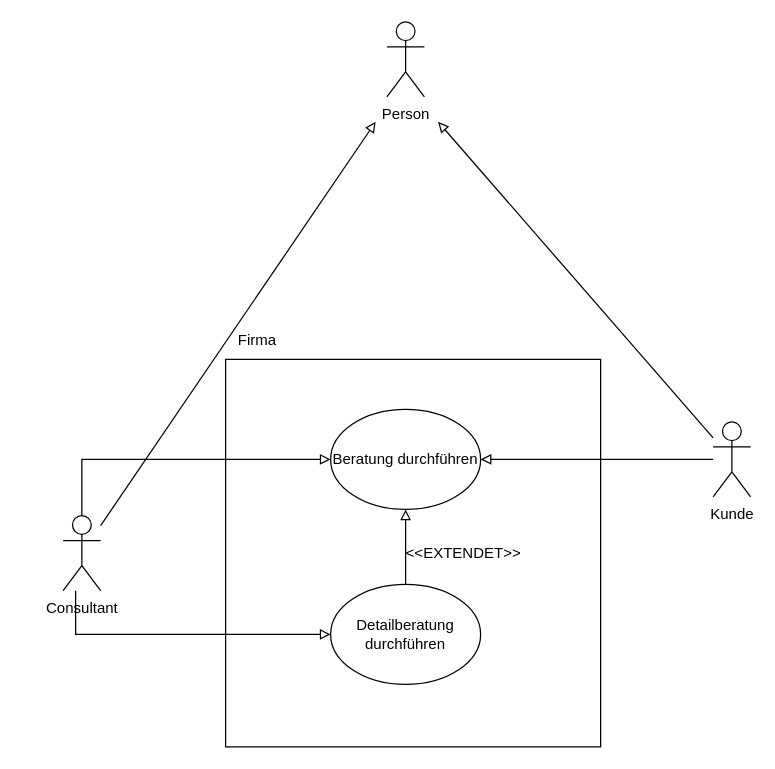
Earlier version of the draw.io diagram UML/2_1_ Anwendungsfalldiagramm.drawio (Exentera/CSHRP-Lernprozess). Source tidied: cells renumbered, new cells numbered last; positions are measured from the earlier drawing's top-left corner, leaving out a move shared by most shapes. Both pictures are drawn from the tidied source at 125%, with x=0, y=0 at pixel (62, 21).
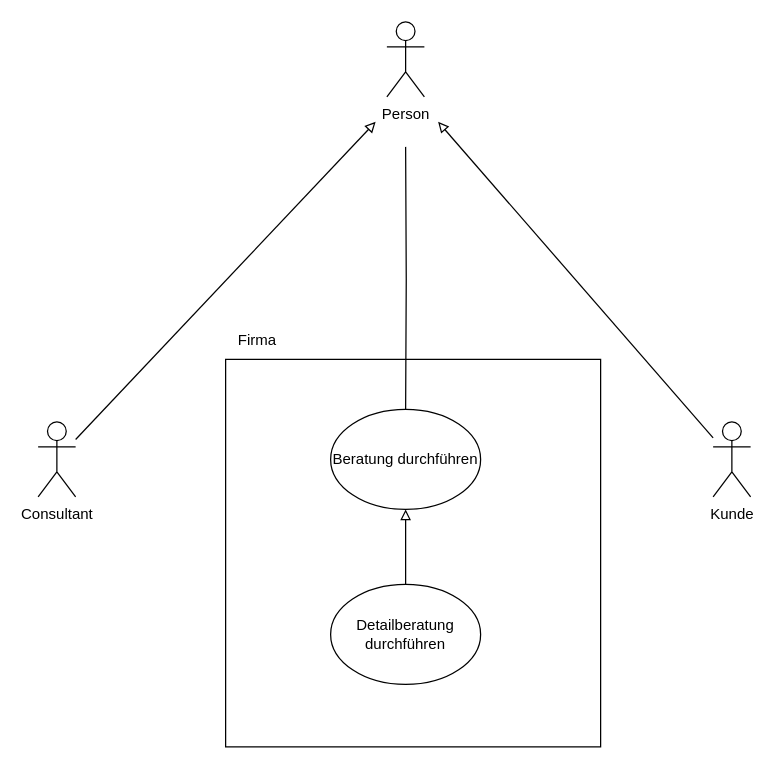
Above is the later version.

The edit, as a diff of the source:
```diff
@@
 <mxGraphModel>
   <root>
     <mxCell id="0" />
     <mxCell id="1" parent="0" />
     <mxCell id="2" style="rounded=0;whiteSpace=wrap;html=1;" parent="1" vertex="1">
       <mxGeometry x="130" y="270" width="300" height="310" as="geometry" />
     </mxCell>
     <mxCell id="3" style="edgeStyle=orthogonalEdgeStyle;rounded=0;jettySize=auto;html=1;endArrow=block;endFill=0;startFill=0;" parent="1" edge="1" source="4" target="6">
       <mxGeometry relative="1" as="geometry" />
     </mxCell>
     <mxCell id="4" value="Detailberatung durchführen" style="ellipse;whiteSpace=wrap;html=1;" parent="1" vertex="1">
       <mxGeometry x="214" y="450" width="120" height="80" as="geometry" />
     </mxCell>
-    <mxCell id="5" style="edgeStyle=orthogonalEdgeStyle;rounded=0;jettySize=auto;html=1;endArrow=none;startFill=0;endFill=1;startArrow=block;" parent="1" edge="1" source="6" target="9">
-      <mxGeometry relative="1" as="geometry" />
-    </mxCell>
     <mxCell id="6" value="Beratung durchführen" style="ellipse;whiteSpace=wrap;html=1;" parent="1" vertex="1">
       <mxGeometry x="214" y="310" width="120" height="80" as="geometry" />
     </mxCell>
     <mxCell id="7" value="Firma" style="text;html=1;align=center;verticalAlign=middle;strokeColor=none;fillColor=none;" parent="1" vertex="1">
       <mxGeometry x="130" y="240" width="50" height="30" as="geometry" />
     </mxCell>
     <mxCell id="8" style="rounded=0;jettySize=auto;html=1;endArrow=block;endFill=0;" parent="1" edge="1" source="9">
       <mxGeometry relative="1" as="geometry">
         <mxPoint x="250" y="80" as="targetPoint" />
       </mxGeometry>
     </mxCell>
     <mxCell id="9" value="Consultant" style="shape=umlActor;verticalLabelPosition=bottom;verticalAlign=top;html=1;outlineConnect=0;" parent="1" vertex="1">
-      <mxGeometry y="395" width="30" height="60" as="geometry" />
+      <mxGeometry x="-20" y="320" width="30" height="60" as="geometry" />
     </mxCell>
-    <mxCell id="10" style="edgeStyle=orthogonalEdgeStyle;rounded=0;jettySize=auto;html=1;endArrow=block;endFill=0;" parent="1" edge="1" source="11" target="6">
-      <mxGeometry relative="1" as="geometry" />
-    </mxCell>
     <mxCell id="11" value="Kunde" style="shape=umlActor;verticalLabelPosition=bottom;verticalAlign=top;html=1;outlineConnect=0;" parent="1" vertex="1">
       <mxGeometry x="520" y="320" width="30" height="60" as="geometry" />
     </mxCell>
-    <mxCell id="12" style="edgeStyle=orthogonalEdgeStyle;rounded=0;jettySize=auto;html=1;endArrow=none;startFill=0;endFill=0;startArrow=block;" parent="1" edge="1" source="4">
-      <mxGeometry relative="1" as="geometry">
-        <mxPoint x="10" y="455" as="targetPoint" />
-        <Array as="points">
-          <mxPoint x="10" y="490" />
-          <mxPoint x="10" y="455" />
-        </Array>
-      </mxGeometry>
-    </mxCell>
-    <mxCell id="13" value="&amp;lt;&amp;lt;EXTENDET&amp;gt;&amp;gt;" style="text;html=1;align=center;verticalAlign=middle;strokeColor=none;fillColor=none;" parent="1" vertex="1">
-      <mxGeometry x="260" y="410" width="120" height="30" as="geometry" />
-    </mxCell>
+    <mxCell id="16" style="edgeStyle=orthogonalEdgeStyle;rounded=0;jettySize=auto;html=1;endArrow=none;startFill=0;" parent="1" edge="1" target="6">
+      <mxGeometry relative="1" as="geometry">
+        <mxPoint x="274" y="100" as="sourcePoint" />
+      </mxGeometry>
+    </mxCell>
     <mxCell id="14" value="Person" style="shape=umlActor;verticalLabelPosition=bottom;verticalAlign=top;html=1;" parent="1" vertex="1">
       <mxGeometry x="259" width="30" height="60" as="geometry" />
     </mxCell>
     <mxCell id="15" style="rounded=0;jettySize=auto;html=1;endArrow=block;endFill=0;" parent="1" edge="1" source="11">
       <mxGeometry relative="1" as="geometry">
         <mxPoint x="300" y="80" as="targetPoint" />
       </mxGeometry>
     </mxCell>
   </root>
 </mxGraphModel>
```
